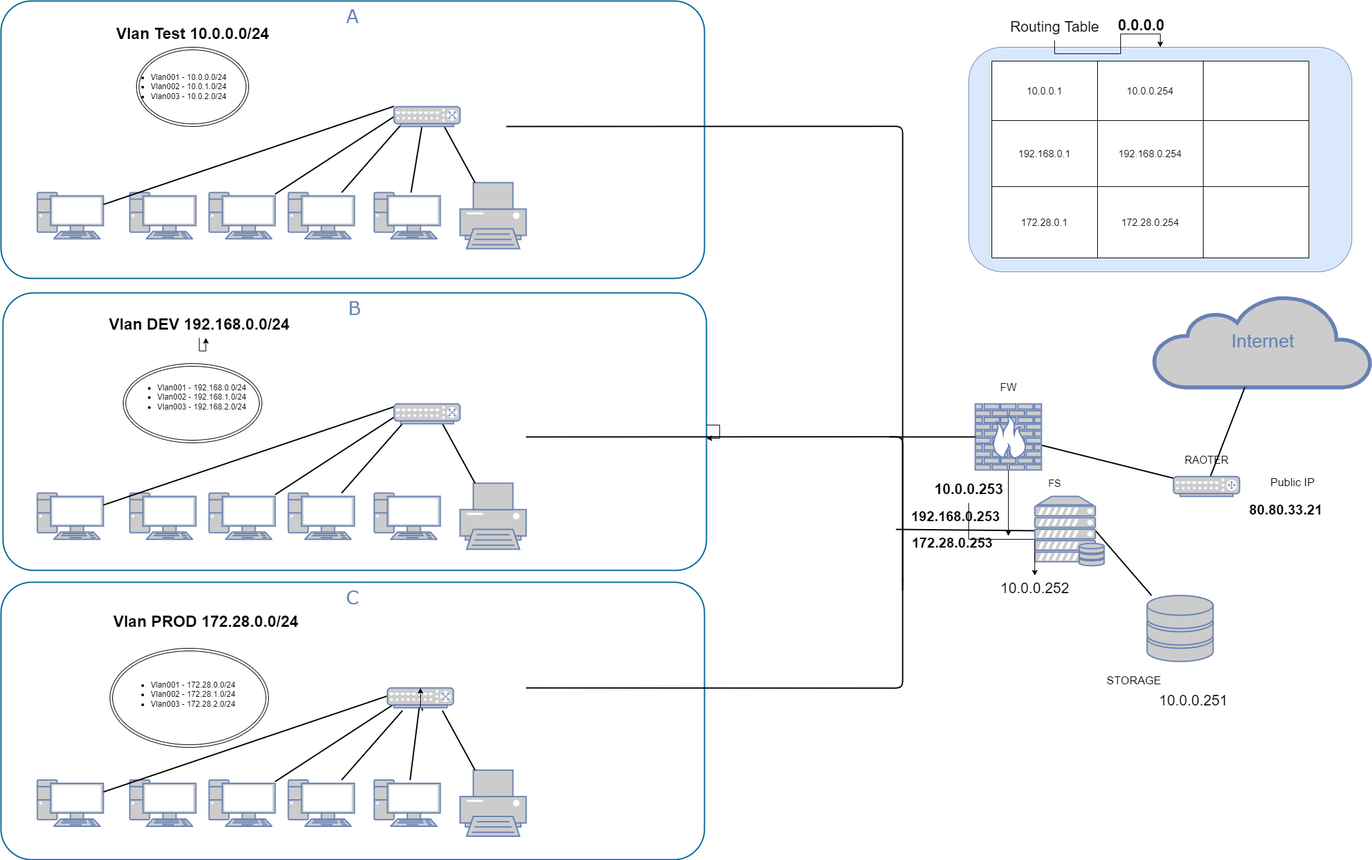
inewthinker/DEVOPS keeps this draw.io diagram as Network.drawio.png. Above is the earlier version. Source tidied: cells renumbered, new cells last; positions are measured from the earlier drawing's top-left corner, leaving out a move shared by most shapes.
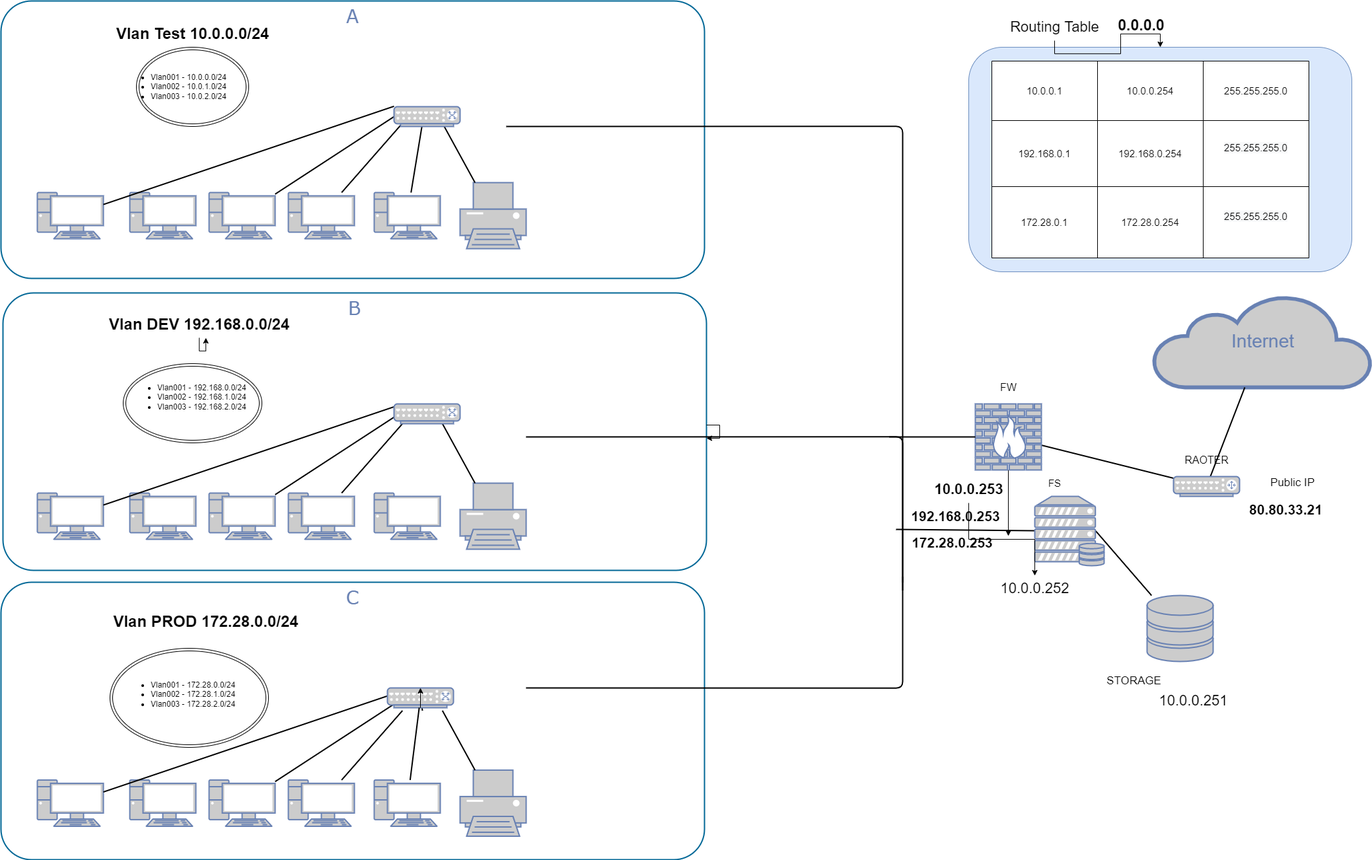
Above is the later version.

Commit message:
Network_BenTalker_Final

The edit, as a diff of the source:
```diff
@@ -290,7 +290,7 @@
     <mxCell id="79" value="10.0.0.254" style="shape=partialRectangle;html=1;whiteSpace=wrap;overflow=hidden;fillColor=none;top=0;left=0;bottom=0;right=0;fontSize=15;" parent="77" vertex="1">
       <mxGeometry x="160" width="160" height="90" as="geometry" />
     </mxCell>
-    <mxCell id="80" style="shape=partialRectangle;html=1;whiteSpace=wrap;overflow=hidden;fillColor=none;top=0;left=0;bottom=0;right=0;fontSize=15;" parent="77" vertex="1">
+    <mxCell id="80" value="255.255.255.0" style="shape=partialRectangle;html=1;whiteSpace=wrap;overflow=hidden;fillColor=none;top=0;left=0;bottom=0;right=0;fontSize=15;" parent="77" vertex="1">
       <mxGeometry x="320" width="160" height="90" as="geometry" />
     </mxCell>
     <mxCell id="81" style="shape=tableRow;horizontal=0;startSize=0;swimlaneHead=0;swimlaneBody=0;top=0;left=0;bottom=0;right=0;fillColor=none;fontSize=15;" parent="76" vertex="1">
@@ -302,7 +302,7 @@
     <mxCell id="83" value="192.168.0.254" style="shape=partialRectangle;html=1;whiteSpace=wrap;overflow=hidden;fillColor=none;top=0;left=0;bottom=0;right=0;fontSize=15;" parent="81" vertex="1">
       <mxGeometry x="160" width="160" height="100" as="geometry" />
     </mxCell>
-    <mxCell id="84" style="shape=partialRectangle;html=1;whiteSpace=wrap;overflow=hidden;fillColor=none;top=0;left=0;bottom=0;right=0;fontSize=15;" parent="81" vertex="1">
+    <mxCell id="84" value="&#10;&lt;span style=&quot;color: rgb(0, 0, 0); font-family: Helvetica; font-size: 15px; font-style: normal; font-variant-ligatures: normal; font-variant-caps: normal; font-weight: 400; letter-spacing: normal; orphans: 2; text-align: center; text-indent: 0px; text-transform: none; widows: 2; word-spacing: 0px; -webkit-text-stroke-width: 0px; background-color: rgb(248, 249, 250); text-decoration-thickness: initial; text-decoration-style: initial; text-decoration-color: initial; float: none; display: inline !important;&quot;&gt;255.255.255.0&lt;/span&gt;&#10;&#10;" style="shape=partialRectangle;html=1;whiteSpace=wrap;overflow=hidden;fillColor=none;top=0;left=0;bottom=0;right=0;fontSize=15;" parent="81" vertex="1">
       <mxGeometry x="320" width="160" height="100" as="geometry" />
     </mxCell>
     <mxCell id="85" style="shape=tableRow;horizontal=0;startSize=0;swimlaneHead=0;swimlaneBody=0;top=0;left=0;bottom=0;right=0;fillColor=none;fontSize=15;" parent="76" vertex="1">
@@ -314,7 +314,7 @@
     <mxCell id="87" value="172.28.0.254" style="shape=partialRectangle;html=1;whiteSpace=wrap;overflow=hidden;fillColor=none;top=0;left=0;bottom=0;right=0;fontSize=15;" parent="85" vertex="1">
       <mxGeometry x="160" width="160" height="108" as="geometry" />
     </mxCell>
-    <mxCell id="88" style="shape=partialRectangle;html=1;whiteSpace=wrap;overflow=hidden;fillColor=none;top=0;left=0;bottom=0;right=0;fontSize=15;" parent="85" vertex="1">
+    <mxCell id="88" value="&#10;&lt;span style=&quot;color: rgb(0, 0, 0); font-family: Helvetica; font-size: 15px; font-style: normal; font-variant-ligatures: normal; font-variant-caps: normal; font-weight: 400; letter-spacing: normal; orphans: 2; text-align: center; text-indent: 0px; text-transform: none; widows: 2; word-spacing: 0px; -webkit-text-stroke-width: 0px; background-color: rgb(248, 249, 250); text-decoration-thickness: initial; text-decoration-style: initial; text-decoration-color: initial; float: none; display: inline !important;&quot;&gt;255.255.255.0&lt;/span&gt;&#10;&#10;" style="shape=partialRectangle;html=1;whiteSpace=wrap;overflow=hidden;fillColor=none;top=0;left=0;bottom=0;right=0;fontSize=15;" parent="85" vertex="1">
       <mxGeometry x="320" width="160" height="108" as="geometry" />
     </mxCell>
     <mxCell id="89" style="edgeStyle=orthogonalEdgeStyle;rounded=0;jettySize=auto;html=1;fontSize=21;" parent="1" edge="1" source="90" target="75">
```
